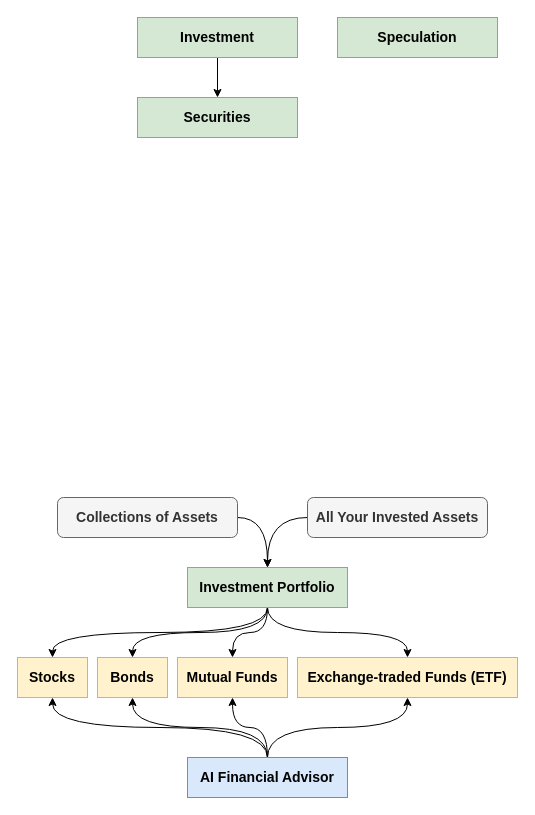
Earlier version of the draw.io diagram page "Page-1" (1 of 2) of draw.io/Corporate Finance.drawio (Cryptolibertarian-id/The-Carbon-Credit-Course). Source tidied: cells renumbered, new cells numbered last; positions are measured from the earlier drawing's top-left corner, leaving out a move shared by most shapes. Both pictures are drawn from the tidied source at 100%, with x=0, y=0 at pixel (17, 17).
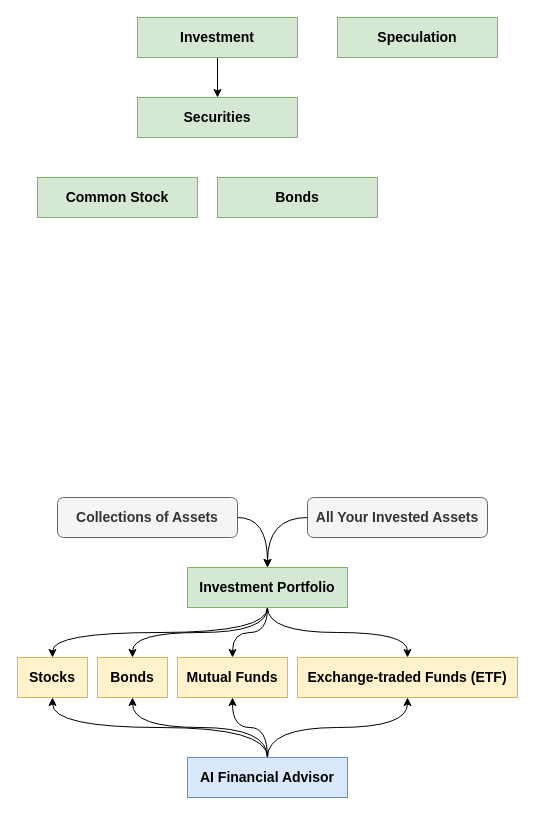
Above is the later version.

What changed in the source:
```diff
@@
+    <mxCell id="24" value="&lt;span style=&quot;font-size: 14px&quot;&gt;&lt;b&gt;Common Stock&lt;/b&gt;&lt;/span&gt;" style="rounded=0;whiteSpace=wrap;html=1;fillColor=#d5e8d4;strokeColor=#82b366;" parent="1" vertex="1">
+      <mxGeometry x="20" y="160" width="160" height="40" as="geometry" />
+    </mxCell>
+    <mxCell id="25" value="&lt;span style=&quot;font-size: 14px&quot;&gt;&lt;b&gt;Bonds&lt;/b&gt;&lt;/span&gt;" style="rounded=0;whiteSpace=wrap;html=1;fillColor=#d5e8d4;strokeColor=#82b366;" parent="1" vertex="1">
+      <mxGeometry x="200" y="160" width="160" height="40" as="geometry" />
+    </mxCell>
```
